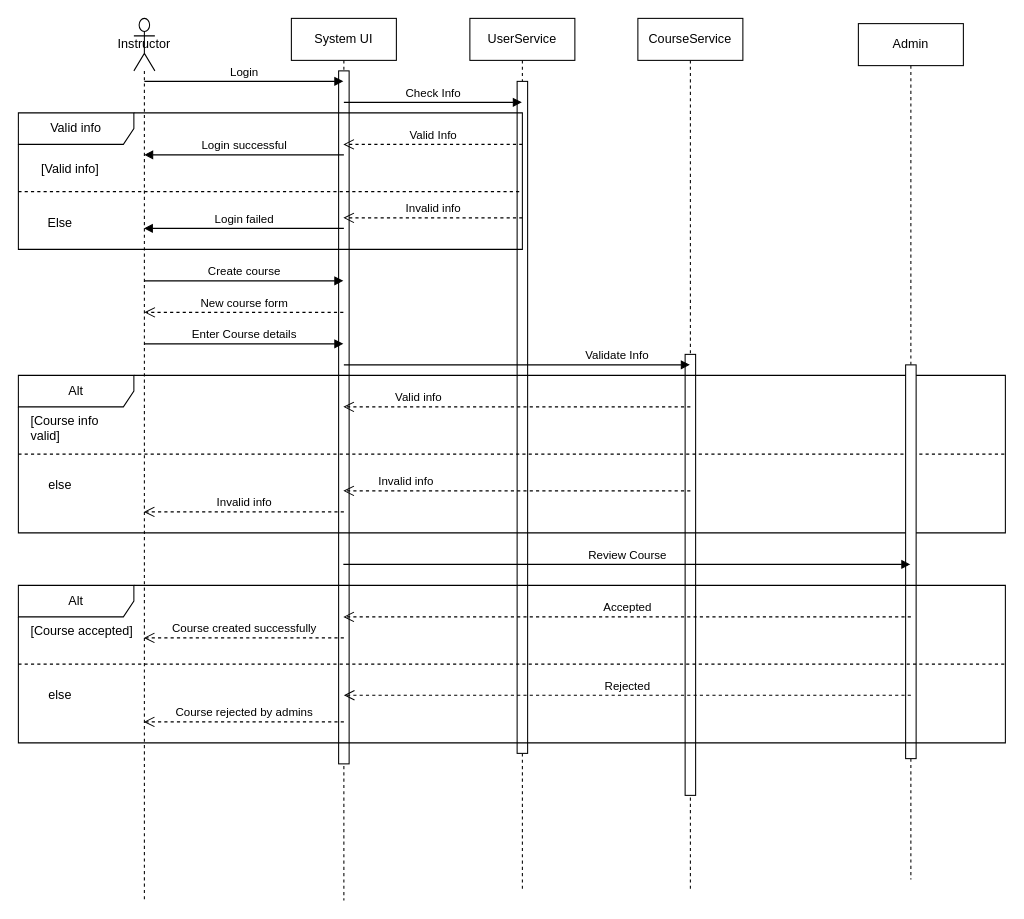
Above: Diagrams/Sequence Diagram.drawio in Smook-e/Prog2_lab6 (draw.io), before the change. Source tidied: cells renumbered, new cells numbered last; positions are measured from the earlier drawing's top-left corner, leaving out a move shared by most shapes. Both pictures are drawn from the tidied source at 105%, with x=0, y=0 at pixel (18, 18).
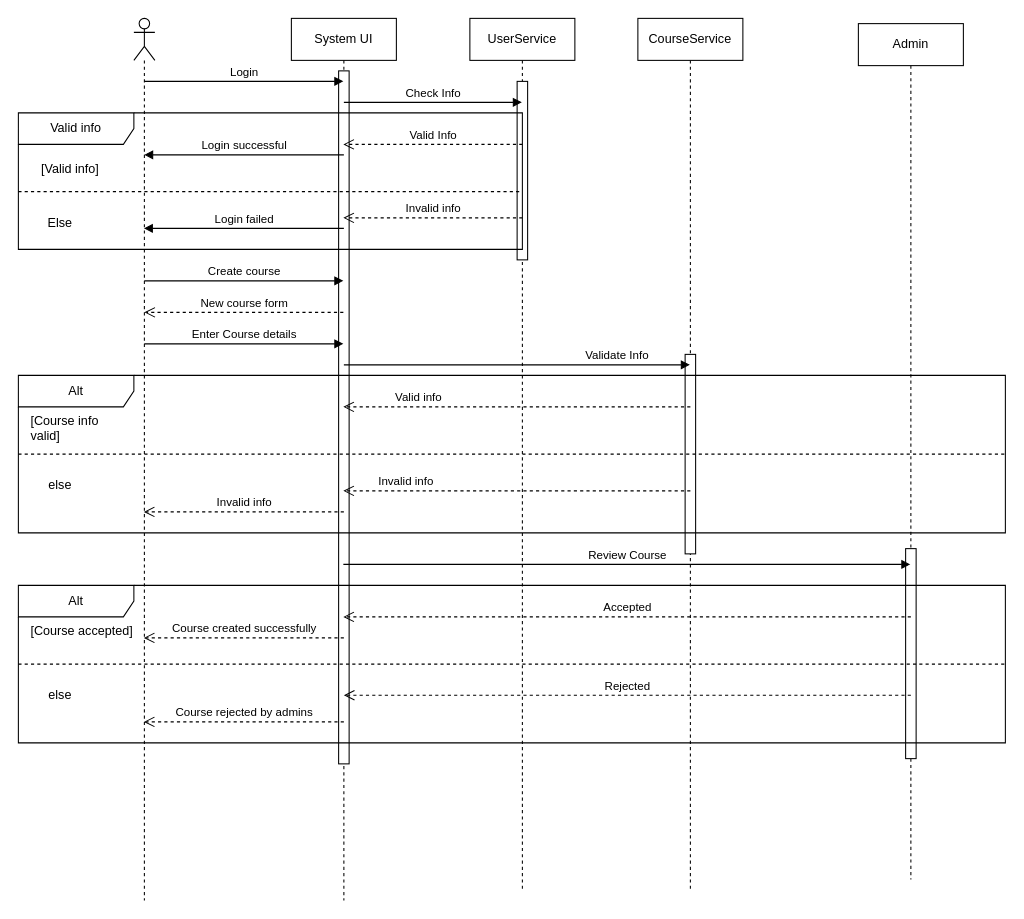
The same page after the edit.

Commit message:
added activation bar

Unchanged cells that the change refers to:
```xml
<mxCell id="2" value="UserService" style="shape=umlLifeline;perimeter=lifelinePerimeter;whiteSpace=wrap;html=1;outlineConnect=0;portConstraint=eastwest;newEdgeStyle={&quot;curved&quot;:0,&quot;rounded&quot;:0};" parent="1" vertex="1">
  <mxGeometry x="430" width="100" height="830" as="geometry" />
</mxCell>
<mxCell id="6" value="CourseService" style="shape=umlLifeline;perimeter=lifelinePerimeter;whiteSpace=wrap;html=1;outlineConnect=0;portConstraint=eastwest;newEdgeStyle={&quot;curved&quot;:0,&quot;rounded&quot;:0};" parent="1" vertex="1">
  <mxGeometry x="590" width="100" height="830" as="geometry" />
</mxCell>
<mxCell id="30" value="Admin" style="shape=umlLifeline;perimeter=lifelinePerimeter;whiteSpace=wrap;html=1;newEdgeStyle={&quot;curved&quot;:0,&quot;rounded&quot;:0};" parent="1" vertex="1">
  <mxGeometry x="800" y="5" width="100" height="815" as="geometry" />
</mxCell>
```

Diff of the diagram source:
```diff
@@
     <mxCell id="3" style="html=1;perimeter=orthogonalPerimeter;targetShapes=umlLifeline;newEdgeStyle={&quot;curved&quot;:0,&quot;rounded&quot;:0};" parent="2" vertex="1">
-      <mxGeometry x="45" y="60" width="10" height="640" as="geometry" />
+      <mxGeometry x="45" y="60" width="10" height="170" as="geometry" />
     </mxCell>
@@
     <mxCell id="7" style="html=1;perimeter=orthogonalPerimeter;targetShapes=umlLifeline;newEdgeStyle={&quot;curved&quot;:0,&quot;rounded&quot;:0};" parent="6" vertex="1">
-      <mxGeometry x="45" y="320" width="10" height="420" as="geometry" />
+      <mxGeometry x="45" y="320" width="10" height="190" as="geometry" />
     </mxCell>
-    <mxCell id="8" value="Instructor" style="shape=umlLifeline;perimeter=lifelinePerimeter;whiteSpace=wrap;html=1;outlineConnect=0;portConstraint=eastwest;newEdgeStyle={&quot;curved&quot;:0,&quot;rounded&quot;:0};participant=umlActor;size=50;" parent="1" vertex="1">
+    <mxCell id="8" style="shape=umlLifeline;perimeter=lifelinePerimeter;whiteSpace=wrap;html=1;outlineConnect=0;portConstraint=eastwest;newEdgeStyle={&quot;curved&quot;:0,&quot;rounded&quot;:0};participant=umlActor;" parent="1" vertex="1">
       <mxGeometry x="110" width="20" height="840" as="geometry" />
     </mxCell>
@@
     <mxCell id="31" style="html=1;perimeter=orthogonalPerimeter;targetShapes=umlLifeline;newEdgeStyle={&quot;curved&quot;:0,&quot;rounded&quot;:0};" parent="30" vertex="1">
-      <mxGeometry x="45" y="325" width="10" height="375" as="geometry" />
+      <mxGeometry x="45" y="500" width="10" height="200" as="geometry" />
     </mxCell>
```
